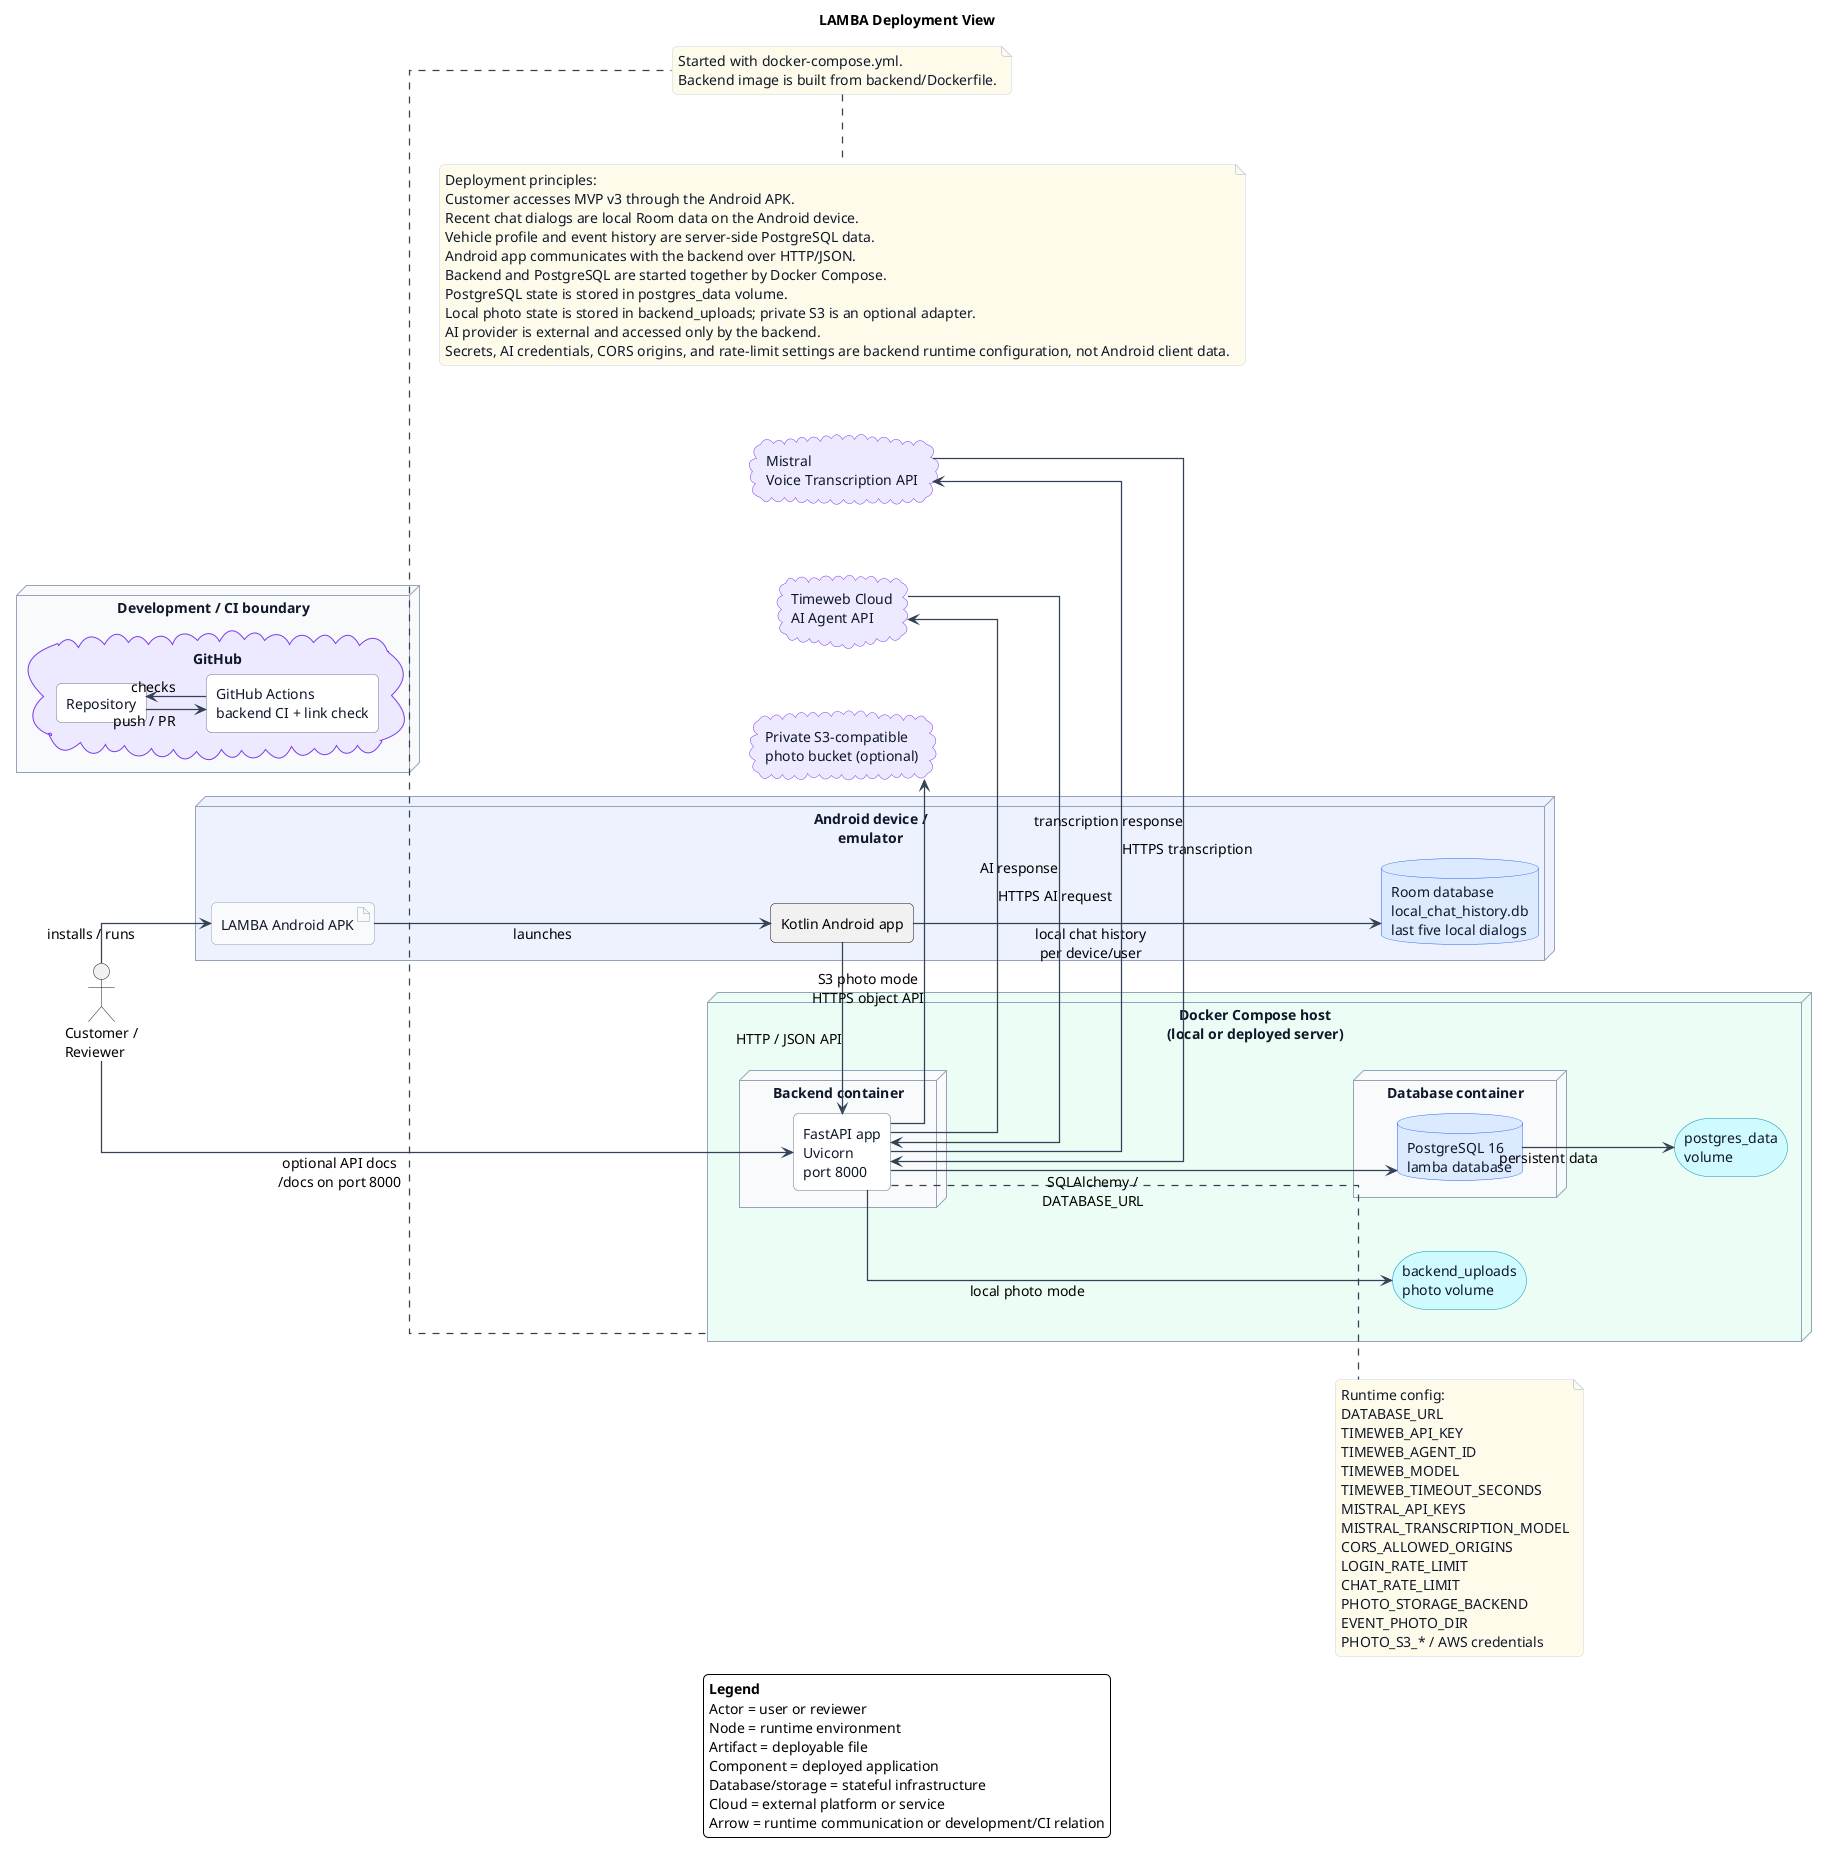
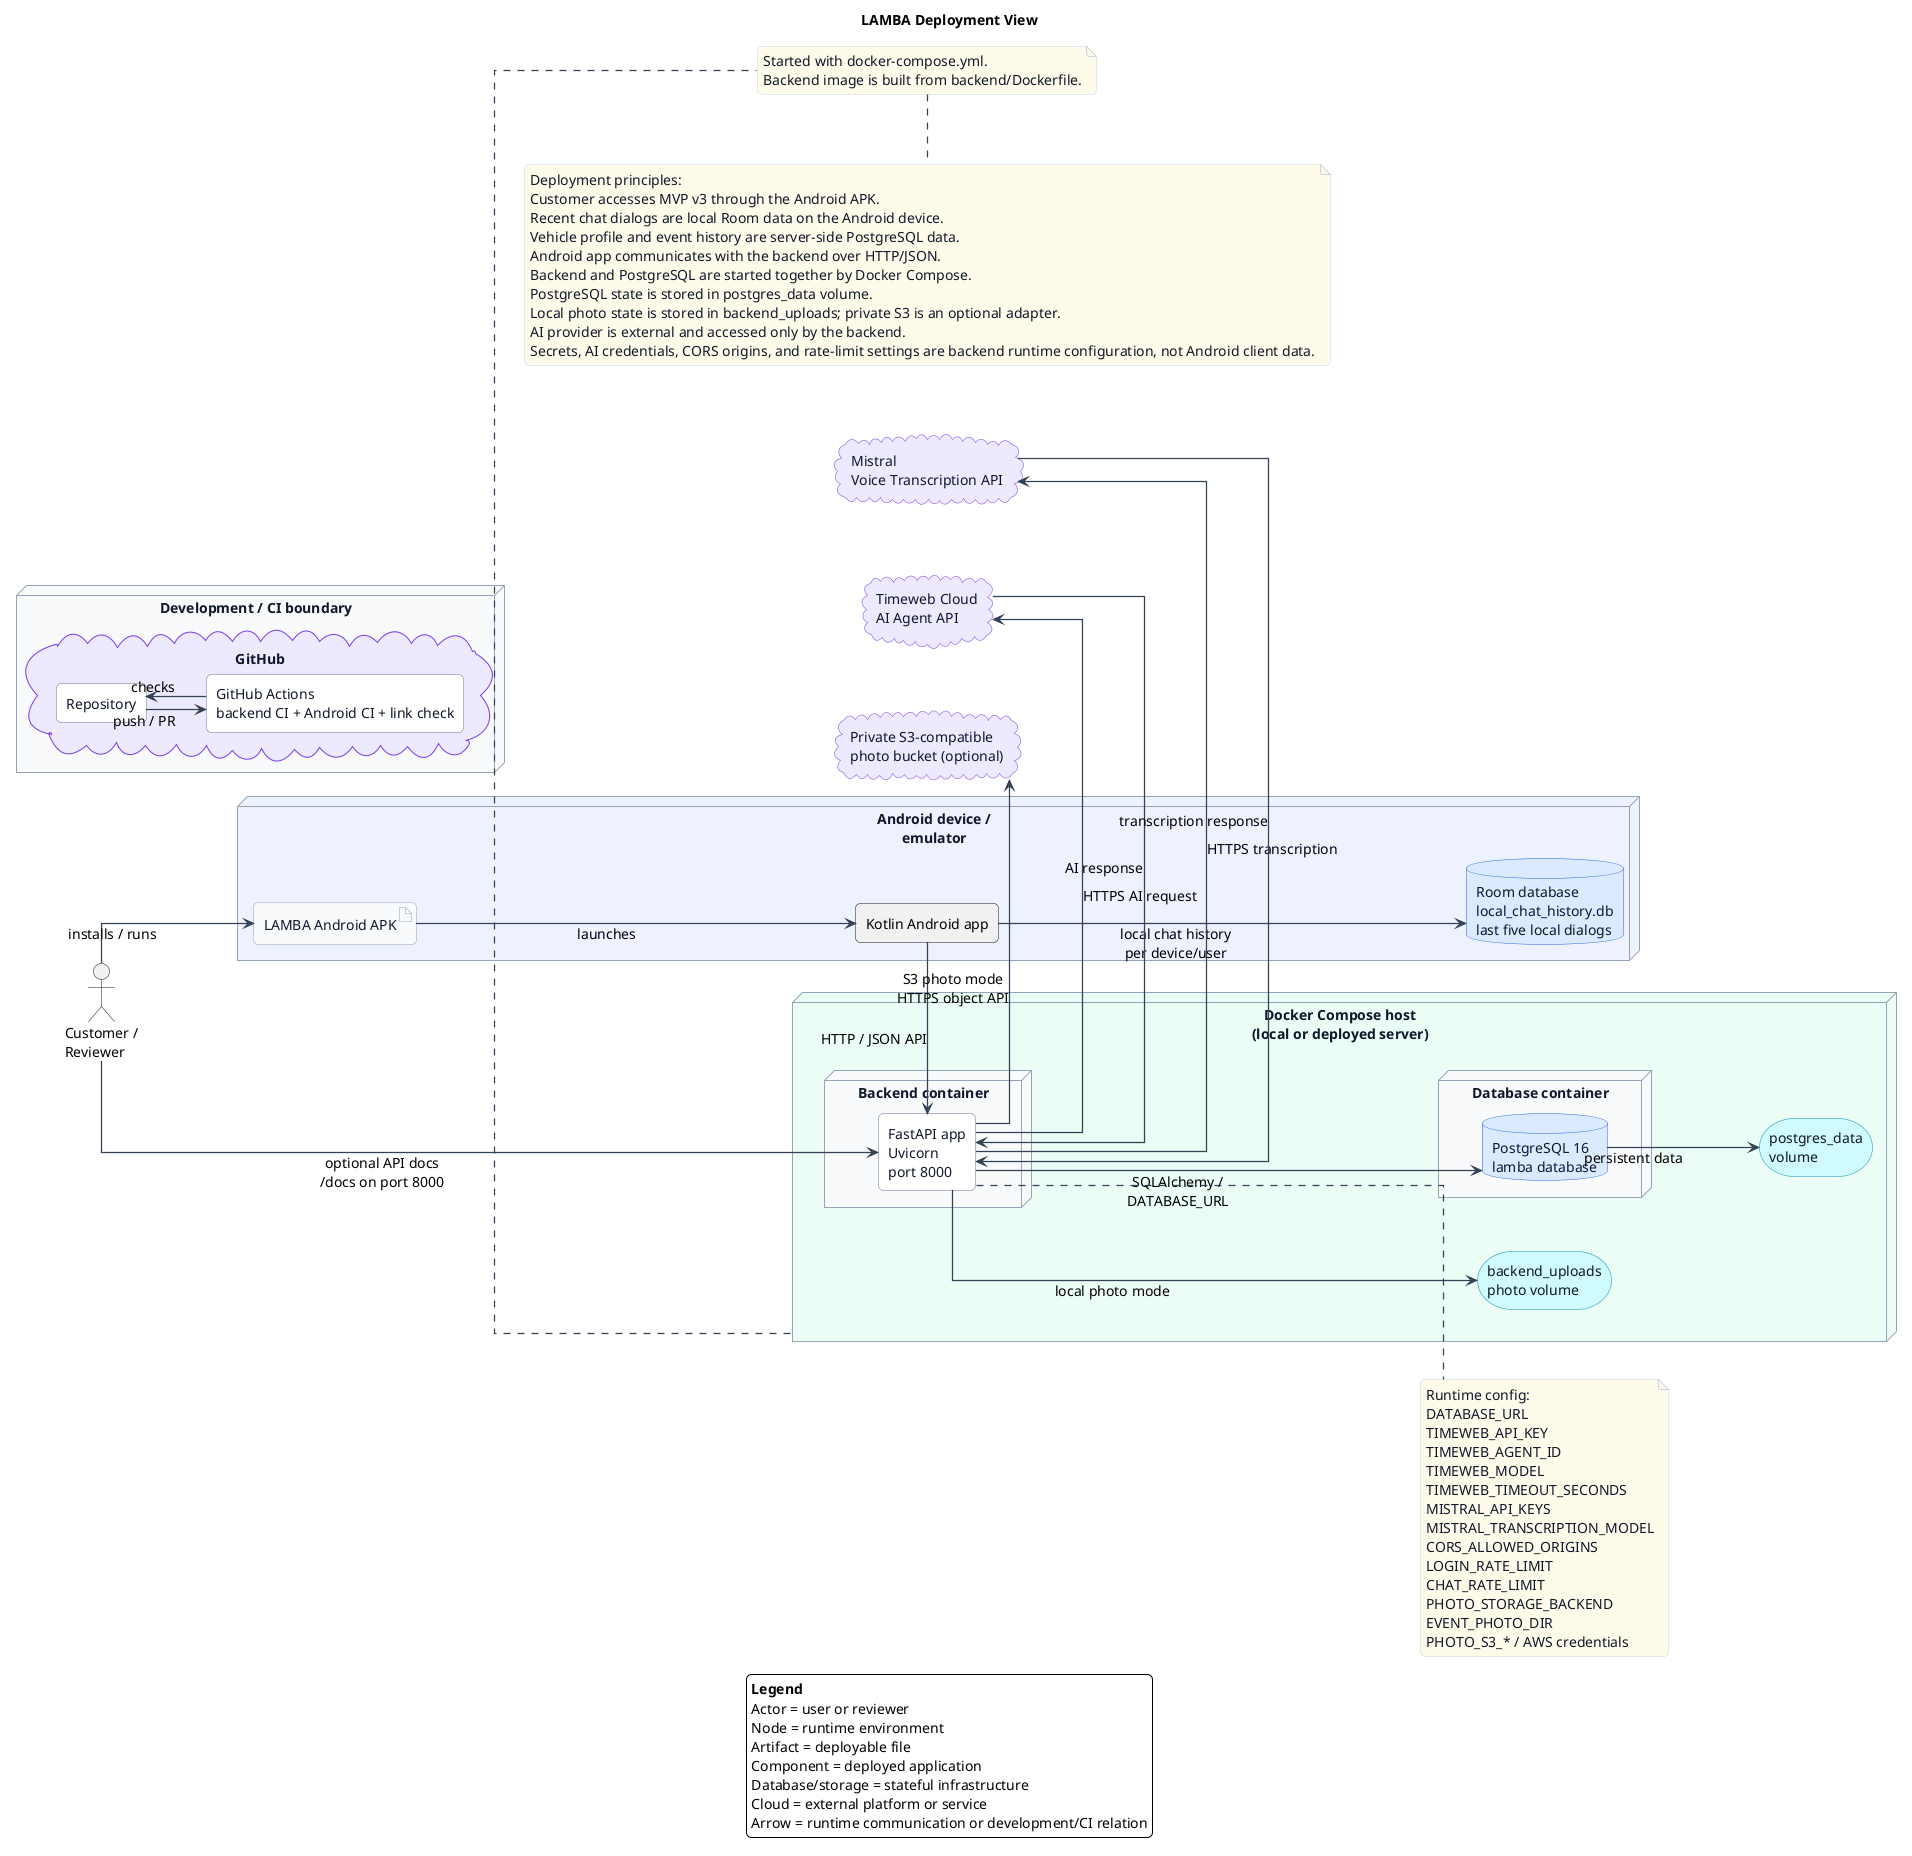
@startuml
title LAMBA Deployment View

left to right direction

skinparam shadowing false
skinparam backgroundColor #FFFFFF
skinparam defaultFontName Arial
skinparam defaultFontSize 14
skinparam componentStyle rectangle
skinparam linetype ortho
skinparam nodesep 70
skinparam ranksep 60
skinparam ArrowColor #334155
skinparam ArrowThickness 1.25
skinparam roundcorner 10

skinparam node {
  BorderColor #94A3B8
  BackgroundColor #F8FAFC
  FontColor #0F172A
}
skinparam database {
  BorderColor #2563EB
  BackgroundColor #DBEAFE
  FontColor #0F172A
}
skinparam cloud {
  BorderColor #7C3AED
  BackgroundColor #EDE9FE
  FontColor #0F172A
}
skinparam artifact {
  BorderColor #94A3B8
  BackgroundColor #F8FAFC
  FontColor #0F172A
}
skinparam component {
  BorderColor #64748B
  BackgroundColor #FFFFFF
  FontColor #0F172A
}
skinparam storage {
  BorderColor #0891B2
  BackgroundColor #CFFAFE
  FontColor #0F172A
}
skinparam note {
  BorderColor #CBD5E1
  BackgroundColor #FFFBEB
  FontColor #0F172A
}

actor "Customer /\nReviewer" as Reviewer

node "Android device /\nemulator" as AndroidNode #EEF2FF {
  artifact "LAMBA Android APK" as APK
  rectangle "Kotlin Android app" as AndroidApp
  database "Room database\nlocal_chat_history.db\nlast five local dialogs" as RoomDb
}

node "Docker Compose host\n(local or deployed server)" as Host #ECFDF5 {
  node "Backend container" as BackendContainer {
    component "FastAPI app\nUvicorn\nport 8000" as Backend
  }

  node "Database container" as DatabaseContainer {
    database "PostgreSQL 16\nlamba database" as Db
  }

  storage "postgres_data\nvolume" as Volume
  storage "backend_uploads\nphoto volume" as PhotoVolume
}

cloud "Timeweb Cloud\nAI Agent API" as Ai
cloud "Mistral\nVoice Transcription API" as Mistral
cloud "Private S3-compatible\nphoto bucket (optional)" as PhotoBucket

node "Development / CI boundary" as DevCi #F8FAFC {
  cloud "GitHub" as GitHub {
    component "Repository" as Repo
-     component "GitHub Actions\nbackend CI + link check" as Ci
+     component "GitHub Actions\nbackend CI + Android CI + link check" as Ci
  }
}

Reviewer -down-> APK : installs / runs
APK -down-> AndroidApp : launches
AndroidApp -down-> RoomDb : local chat history\nper device/user
AndroidApp -right-> Backend : HTTP / JSON API
Reviewer -right-> Backend : optional API docs\n/docs on port 8000

Backend -down-> Db : SQLAlchemy /\nDATABASE_URL
Db -down-> Volume : persistent data
Backend -down-> PhotoVolume : local photo mode
Backend -right-> PhotoBucket : S3 photo mode\nHTTPS object API
Backend -right-> Ai : HTTPS AI request
Backend -right-> Mistral : HTTPS transcription
Ai -left-> Backend : AI response
Mistral -left-> Backend : transcription response

Repo -down-> Ci : push / PR
Ci -up-> Repo : checks

note right of Backend
Runtime config:
DATABASE_URL
TIMEWEB_API_KEY
TIMEWEB_AGENT_ID
TIMEWEB_MODEL
TIMEWEB_TIMEOUT_SECONDS
MISTRAL_API_KEYS
MISTRAL_TRANSCRIPTION_MODEL
CORS_ALLOWED_ORIGINS
LOGIN_RATE_LIMIT
CHAT_RATE_LIMIT
PHOTO_STORAGE_BACKEND
EVENT_PHOTO_DIR
PHOTO_S3_* / AWS credentials
end note

note bottom of Host
Started with docker-compose.yml.
Backend image is built from backend/Dockerfile.
end note

legend bottom
  <b>Legend</b>
  Actor = user or reviewer
  Node = runtime environment
  Artifact = deployable file
  Component = deployed application
  Database/storage = stateful infrastructure
  Cloud = external platform or service
  Arrow = runtime communication or development/CI relation
endlegend

note bottom
  Deployment principles:
  Customer accesses MVP v3 through the Android APK.
  Recent chat dialogs are local Room data on the Android device.
  Vehicle profile and event history are server-side PostgreSQL data.
  Android app communicates with the backend over HTTP/JSON.
  Backend and PostgreSQL are started together by Docker Compose.
  PostgreSQL state is stored in postgres_data volume.
  Local photo state is stored in backend_uploads; private S3 is an optional adapter.
  AI provider is external and accessed only by the backend.
  Secrets, AI credentials, CORS origins, and rate-limit settings are backend runtime configuration, not Android client data.
end note

@enduml
